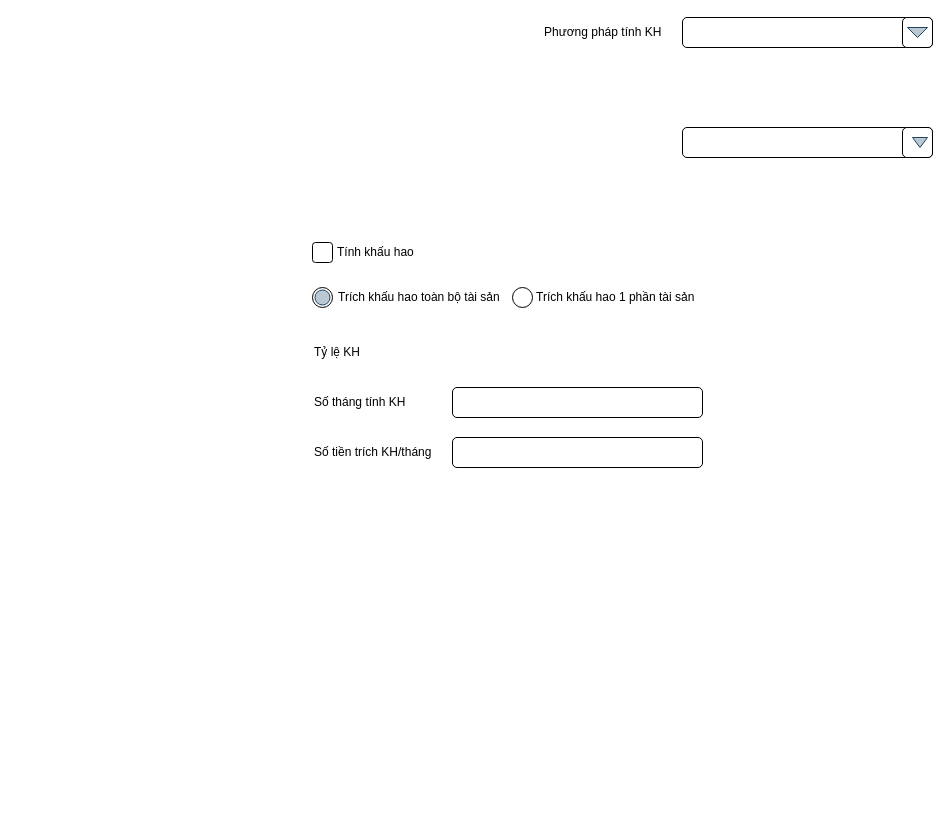
Above: page "Page-1" (1 of 2) of Untitled Diagram.drawio in Serria117/AccMng (draw.io), before the change. Source tidied: cells renumbered, new cells numbered last; positions are measured from the earlier drawing's top-left corner, leaving out a move shared by most shapes. Both pictures are drawn from the tidied source at 100%, with x=0, y=0 at pixel (312, 17).
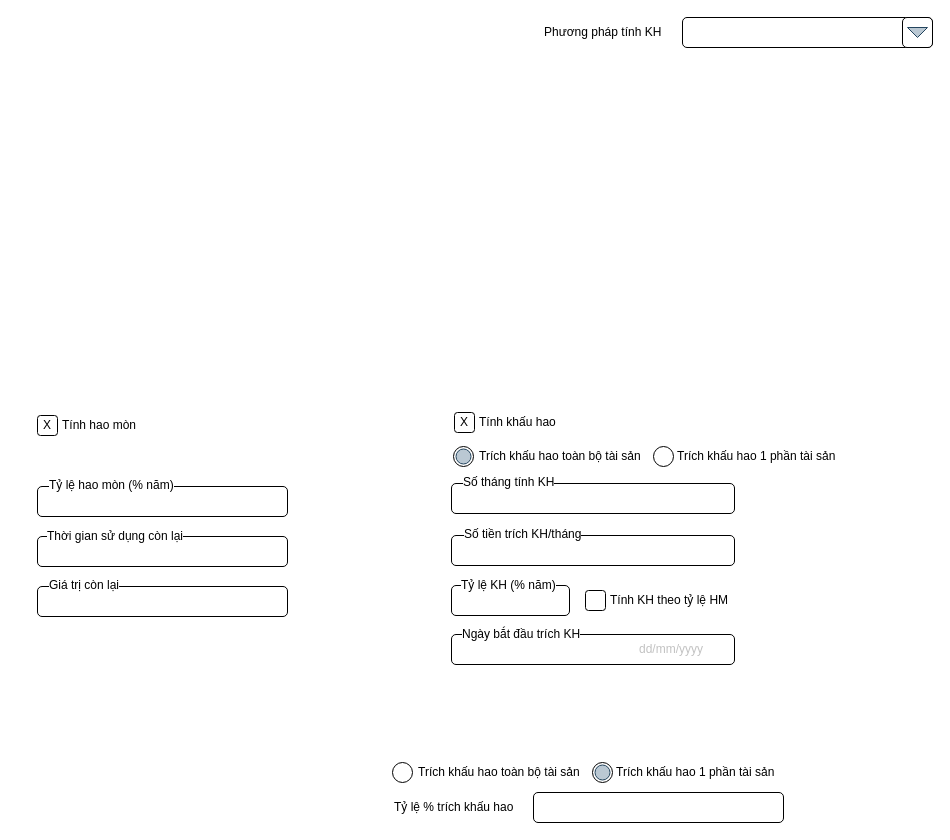
After the change.

Change to the diagram source:
```diff
@@
-    <mxCell id="2" style="rounded=1;whiteSpace=wrap;html=1;" parent="1" vertex="1">
-      <mxGeometry y="225" width="20" height="20" as="geometry" />
-    </mxCell>
-    <mxCell id="3" value="Trích khấu hao toàn bộ tài sản" style="text;html=1;strokeColor=none;fillColor=none;align=left;verticalAlign=middle;whiteSpace=wrap;rounded=0;" parent="1" vertex="1">
-      <mxGeometry x="24" y="265" width="170" height="30" as="geometry" />
-    </mxCell>
@@
-    <mxCell id="8" value="Số tháng tính KH" style="text;html=1;strokeColor=none;fillColor=none;align=left;verticalAlign=middle;whiteSpace=wrap;rounded=0;" parent="1" vertex="1">
-      <mxGeometry y="370" width="120" height="30" as="geometry" />
-    </mxCell>
-    <mxCell id="9" style="rounded=1;whiteSpace=wrap;html=1;" parent="1" vertex="1">
-      <mxGeometry x="140" y="370" width="250" height="30" as="geometry" />
-    </mxCell>
-    <mxCell id="10" value="Số tiền trích KH/tháng" style="text;html=1;strokeColor=none;fillColor=none;align=left;verticalAlign=middle;whiteSpace=wrap;rounded=0;" parent="1" vertex="1">
-      <mxGeometry y="420" width="130" height="30" as="geometry" />
-    </mxCell>
-    <mxCell id="11" style="rounded=1;whiteSpace=wrap;html=1;" parent="1" vertex="1">
-      <mxGeometry x="140" y="420" width="250" height="30" as="geometry" />
-    </mxCell>
-    <mxCell id="12" value="Tỷ lệ KH" style="text;html=1;strokeColor=none;fillColor=none;align=left;verticalAlign=middle;whiteSpace=wrap;rounded=0;" parent="1" vertex="1">
-      <mxGeometry y="320" width="60" height="30" as="geometry" />
-    </mxCell>
-    <mxCell id="13" style="rounded=1;whiteSpace=wrap;html=1;" parent="1" vertex="1">
-      <mxGeometry x="370" y="110" width="250" height="30" as="geometry" />
-    </mxCell>
+    <mxCell id="21" style="group;" parent="1" vertex="1">
+      <mxGeometry x="80" y="740" width="392" height="65" as="geometry" />
+    </mxCell>
+    <mxCell id="22" value="Trích khấu hao toàn bộ tài sản" style="text;html=1;strokeColor=none;fillColor=none;align=left;verticalAlign=middle;whiteSpace=wrap;rounded=0;" parent="21" vertex="1">
+      <mxGeometry x="24" width="170" height="30" as="geometry" />
+    </mxCell>
+    <mxCell id="23" value="Tỷ lệ % trích khấu hao" style="text;html=1;strokeColor=none;fillColor=none;align=left;verticalAlign=middle;whiteSpace=wrap;rounded=0;" parent="21" vertex="1">
+      <mxGeometry y="35" width="128" height="30" as="geometry" />
+    </mxCell>
+    <mxCell id="24" style="rounded=1;whiteSpace=wrap;html=1;" parent="21" vertex="1">
+      <mxGeometry x="141" y="35" width="250" height="30" as="geometry" />
+    </mxCell>
+    <mxCell id="25" style="ellipse;whiteSpace=wrap;html=1;fontSize=16;" parent="21" vertex="1">
+      <mxGeometry y="5" width="20" height="20" as="geometry" />
+    </mxCell>
+    <mxCell id="26" value="Trích khấu hao 1 phần tài sản" style="text;html=1;strokeColor=none;fillColor=none;align=left;verticalAlign=middle;whiteSpace=wrap;rounded=0;" parent="21" vertex="1">
+      <mxGeometry x="222" width="170" height="30" as="geometry" />
+    </mxCell>
+    <mxCell id="27" style="ellipse;whiteSpace=wrap;html=1;fontSize=16;" parent="21" vertex="1">
+      <mxGeometry x="200" y="5" width="20" height="20" as="geometry" />
+    </mxCell>
+    <mxCell id="28" style="ellipse;whiteSpace=wrap;html=1;fontSize=16;fillColor=#bac8d3;strokeColor=#23445d;" parent="21" vertex="1">
+      <mxGeometry x="202.5" y="7.5" width="15" height="15" as="geometry" />
+    </mxCell>
+    <mxCell id="29" style="group;" parent="1" vertex="1">
+      <mxGeometry x="122" y="390" width="411" height="257" as="geometry" />
+    </mxCell>
+    <mxCell id="30" style="rounded=1;whiteSpace=wrap;html=1;" parent="29" vertex="1">
+      <mxGeometry x="20" y="5" width="20" height="20" as="geometry" />
+    </mxCell>
+    <mxCell id="31" value="Tính khấu hao" style="text;html=1;strokeColor=none;fillColor=none;align=left;verticalAlign=middle;whiteSpace=wrap;rounded=0;" parent="29" vertex="1">
+      <mxGeometry x="43" width="90" height="30" as="geometry" />
+    </mxCell>
+    <mxCell id="32" value="X" style="text;html=1;strokeColor=none;fillColor=none;align=center;verticalAlign=middle;whiteSpace=wrap;rounded=0;" parent="29" vertex="1">
+      <mxGeometry width="60" height="30" as="geometry" />
+    </mxCell>
+    <mxCell id="3" value="Trích khấu hao toàn bộ tài sản" style="text;html=1;strokeColor=none;fillColor=none;align=left;verticalAlign=middle;whiteSpace=wrap;rounded=0;" parent="29" vertex="1">
+      <mxGeometry x="43" y="34" width="170" height="30" as="geometry" />
+    </mxCell>
-    <mxCell id="14" style="ellipse;whiteSpace=wrap;html=1;fontSize=16;" parent="1" vertex="1">
-      <mxGeometry y="270" width="20" height="20" as="geometry" />
+    <mxCell id="14" style="ellipse;whiteSpace=wrap;html=1;fontSize=16;" parent="29" vertex="1">
+      <mxGeometry x="19" y="39" width="20" height="20" as="geometry" />
     </mxCell>
-    <mxCell id="15" value="Tính khấu hao" style="text;html=1;strokeColor=none;fillColor=none;align=left;verticalAlign=middle;whiteSpace=wrap;rounded=0;" parent="1" vertex="1">
-      <mxGeometry x="23" y="220" width="90" height="30" as="geometry" />
-    </mxCell>
-    <mxCell id="16" value="Trích khấu hao 1 phần tài sản" style="text;html=1;strokeColor=none;fillColor=none;align=left;verticalAlign=middle;whiteSpace=wrap;rounded=0;" parent="1" vertex="1">
-      <mxGeometry x="222" y="265" width="170" height="30" as="geometry" />
+    <mxCell id="16" value="Trích khấu hao 1 phần tài sản" style="text;html=1;strokeColor=none;fillColor=none;align=left;verticalAlign=middle;whiteSpace=wrap;rounded=0;" parent="29" vertex="1">
+      <mxGeometry x="241" y="34" width="170" height="30" as="geometry" />
     </mxCell>
-    <mxCell id="17" style="ellipse;whiteSpace=wrap;html=1;fontSize=16;" parent="1" vertex="1">
-      <mxGeometry x="200" y="270" width="20" height="20" as="geometry" />
+    <mxCell id="17" style="ellipse;whiteSpace=wrap;html=1;fontSize=16;" parent="29" vertex="1">
+      <mxGeometry x="219" y="39" width="20" height="20" as="geometry" />
     </mxCell>
-    <mxCell id="18" style="rounded=1;whiteSpace=wrap;html=1;" parent="1" vertex="1">
-      <mxGeometry x="590" y="110" width="30" height="30" as="geometry" />
-    </mxCell>
-    <mxCell id="19" style="triangle;whiteSpace=wrap;html=1;rotation=90;fillColor=#bac8d3;strokeColor=#23445d;" parent="1" vertex="1">
-      <mxGeometry x="602.5" y="117.5" width="10" height="15" as="geometry" />
-    </mxCell>
-    <mxCell id="20" style="ellipse;whiteSpace=wrap;html=1;fontSize=16;fillColor=#bac8d3;strokeColor=#23445d;" parent="1" vertex="1">
-      <mxGeometry x="2.5" y="272.5" width="15" height="15" as="geometry" />
+    <mxCell id="20" style="ellipse;whiteSpace=wrap;html=1;fontSize=16;fillColor=#bac8d3;strokeColor=#23445d;" parent="29" vertex="1">
+      <mxGeometry x="21.5" y="41.5" width="15" height="15" as="geometry" />
     </mxCell>
+    <mxCell id="33" style="group;" parent="29" vertex="1">
+      <mxGeometry x="17" y="59.5" width="283" height="197.5" as="geometry" />
+    </mxCell>
+    <mxCell id="9" style="rounded=1;whiteSpace=wrap;html=1;" parent="33" vertex="1">
+      <mxGeometry y="16.5" width="283" height="30" as="geometry" />
+    </mxCell>
+    <mxCell id="11" style="rounded=1;whiteSpace=wrap;html=1;" parent="33" vertex="1">
+      <mxGeometry y="68.5" width="283" height="30" as="geometry" />
+    </mxCell>
+    <mxCell id="34" style="rounded=1;whiteSpace=wrap;html=1;" parent="33" vertex="1">
+      <mxGeometry y="118.5" width="118" height="30" as="geometry" />
+    </mxCell>
+    <mxCell id="35" style="rounded=1;whiteSpace=wrap;html=1;" parent="33" vertex="1">
+      <mxGeometry y="167.5" width="283" height="30" as="geometry" />
+    </mxCell>
+    <mxCell id="36" value="dd/mm/yyyy" style="text;html=1;strokeColor=none;fillColor=none;align=center;verticalAlign=middle;whiteSpace=wrap;rounded=0;fontColor=#C2C2C2;" parent="33" vertex="1">
+      <mxGeometry x="190" y="167.5" width="60" height="30" as="geometry" />
+    </mxCell>
+    <mxCell id="37" style="rounded=1;whiteSpace=wrap;html=1;" parent="33" vertex="1">
+      <mxGeometry x="134" y="123.5" width="20" height="20" as="geometry" />
+    </mxCell>
+    <mxCell id="38" value="Tính KH theo tỷ lệ HM" style="text;html=1;strokeColor=none;fillColor=none;align=left;verticalAlign=middle;whiteSpace=wrap;rounded=0;" parent="33" vertex="1">
+      <mxGeometry x="157" y="118.5" width="125" height="30" as="geometry" />
+    </mxCell>
+    <mxCell id="8" value="Số tháng tính KH" style="text;html=1;strokeColor=none;fillColor=none;align=left;verticalAlign=middle;whiteSpace=wrap;rounded=0;labelBackgroundColor=default;" parent="33" vertex="1">
+      <mxGeometry x="10" width="120" height="30" as="geometry" />
+    </mxCell>
+    <mxCell id="10" value="Số tiền trích KH/tháng" style="text;html=1;strokeColor=none;fillColor=none;align=left;verticalAlign=middle;whiteSpace=wrap;rounded=0;labelBackgroundColor=default;" parent="33" vertex="1">
+      <mxGeometry x="11" y="52.5" width="130" height="30" as="geometry" />
+    </mxCell>
+    <mxCell id="12" value="Tỷ lệ KH (% năm)" style="text;html=1;strokeColor=none;fillColor=none;align=left;verticalAlign=middle;whiteSpace=wrap;rounded=0;labelBackgroundColor=default;" parent="33" vertex="1">
+      <mxGeometry x="8" y="103.5" width="110" height="30" as="geometry" />
+    </mxCell>
+    <mxCell id="39" value="Ngày bắt đầu trích KH" style="text;html=1;strokeColor=none;fillColor=none;align=left;verticalAlign=middle;whiteSpace=wrap;rounded=0;labelBackgroundColor=default;" parent="33" vertex="1">
+      <mxGeometry x="9" y="152.5" width="134" height="30" as="geometry" />
+    </mxCell>
+    <mxCell id="40" style="group;" parent="1" vertex="1">
+      <mxGeometry x="-295" y="393" width="270" height="206" as="geometry" />
+    </mxCell>
+    <mxCell id="41" style="rounded=1;whiteSpace=wrap;html=1;" parent="40" vertex="1">
+      <mxGeometry x="20" y="76" width="250" height="30" as="geometry" />
+    </mxCell>
+    <mxCell id="42" value="Tỷ lệ hao mòn (% năm)" style="text;html=1;strokeColor=none;fillColor=none;align=left;verticalAlign=middle;whiteSpace=wrap;rounded=0;labelBackgroundColor=default;" parent="40" vertex="1">
+      <mxGeometry x="30" y="60" width="140" height="30" as="geometry" />
+    </mxCell>
+    <mxCell id="43" style="rounded=1;whiteSpace=wrap;html=1;" parent="40" vertex="1">
+      <mxGeometry x="20" y="126" width="250" height="30" as="geometry" />
+    </mxCell>
+    <mxCell id="44" value="Thời gian sử dụng còn lại" style="text;html=1;strokeColor=none;fillColor=none;align=left;verticalAlign=middle;whiteSpace=wrap;rounded=0;labelBackgroundColor=default;" parent="40" vertex="1">
+      <mxGeometry x="28" y="111" width="140" height="30" as="geometry" />
+    </mxCell>
+    <mxCell id="45" style="rounded=1;whiteSpace=wrap;html=1;" parent="40" vertex="1">
+      <mxGeometry x="20" y="176" width="250" height="30" as="geometry" />
+    </mxCell>
+    <mxCell id="46" value="Giá trị còn lại" style="text;html=1;strokeColor=none;fillColor=none;align=left;verticalAlign=middle;whiteSpace=wrap;rounded=0;labelBackgroundColor=default;" parent="40" vertex="1">
+      <mxGeometry x="30" y="160" width="90" height="30" as="geometry" />
+    </mxCell>
+    <mxCell id="47" style="group;" parent="40" vertex="1">
+      <mxGeometry width="133" height="30" as="geometry" />
+    </mxCell>
+    <mxCell id="2" style="rounded=1;whiteSpace=wrap;html=1;" parent="47" vertex="1">
+      <mxGeometry x="20" y="5" width="20" height="20" as="geometry" />
+    </mxCell>
+    <mxCell id="15" value="Tính hao mòn" style="text;html=1;strokeColor=none;fillColor=none;align=left;verticalAlign=middle;whiteSpace=wrap;rounded=0;" parent="47" vertex="1">
+      <mxGeometry x="43" width="90" height="30" as="geometry" />
+    </mxCell>
+    <mxCell id="48" value="X" style="text;html=1;strokeColor=none;fillColor=none;align=center;verticalAlign=middle;whiteSpace=wrap;rounded=0;" parent="47" vertex="1">
+      <mxGeometry width="60" height="30" as="geometry" />
+    </mxCell>
```
